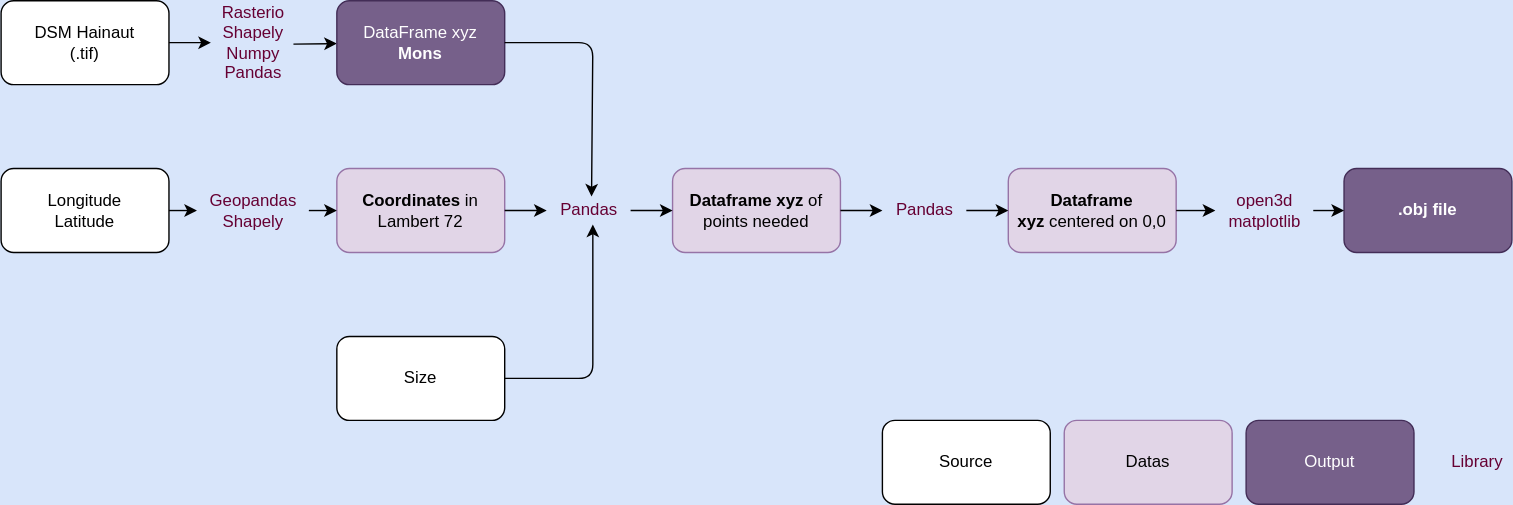
This is Schemas/3D Diagram.svg from Demesmaeker/ImmoEliza, a draw.io export, as it was before one commit. Source tidied: cells renumbered, new cells last; positions are measured from the earlier drawing's top-left corner, leaving out a move shared by most shapes.
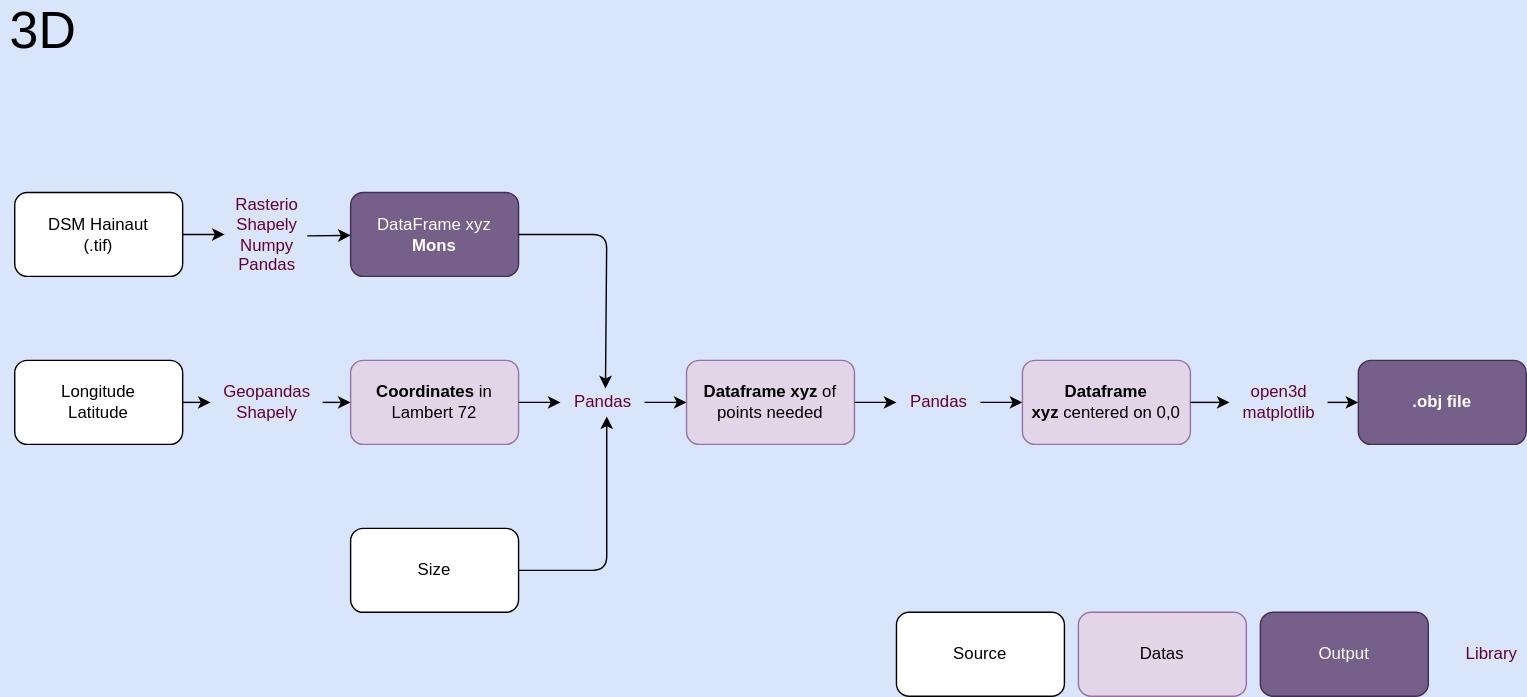
After the change.

What changed in the source:
```diff
@@ -100,5 +100,8 @@
     <mxCell id="30" style="endArrow=classic;html=1;entryX=0;entryY=0.5;entryDx=0;entryDy=0;" parent="1" edge="1" source="29" target="27">
       <mxGeometry relative="1" as="geometry" />
     </mxCell>
+    <mxCell id="31" value="&lt;font style=&quot;font-size: 37px&quot;&gt;3D&lt;/font&gt;" style="text;html=1;align=center;verticalAlign=middle;" parent="1" vertex="1">
+      <mxGeometry x="-10" y="-130" width="60" height="30" as="geometry" />
+    </mxCell>
   </root>
 </mxGraphModel>
```
